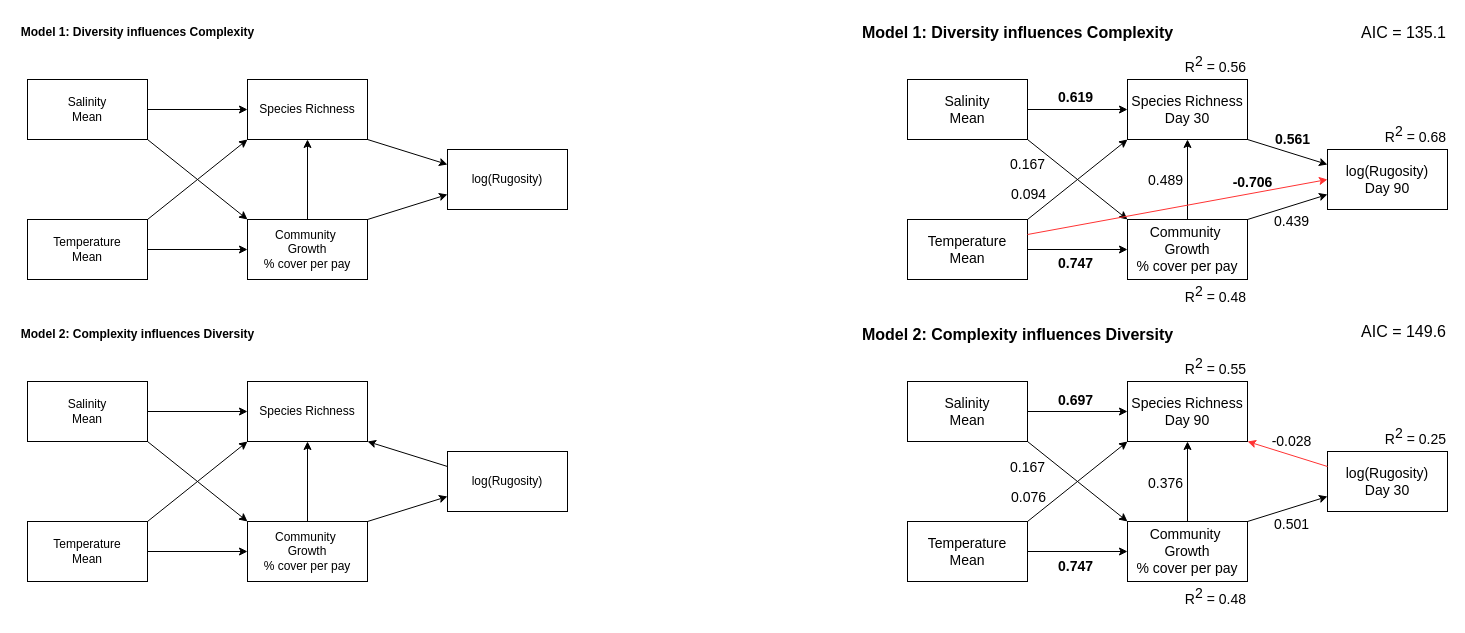
This is sem/Panels SEM.drawio from mawhal/panels-complexity, a draw.io file, before an edit. Source tidied: cells renumbered, new cells numbered last; positions are measured from the earlier drawing's top-left corner, leaving out a move shared by most shapes. Both pictures are drawn from the tidied source at 100%, with x=0, y=0 at pixel (17, 17).
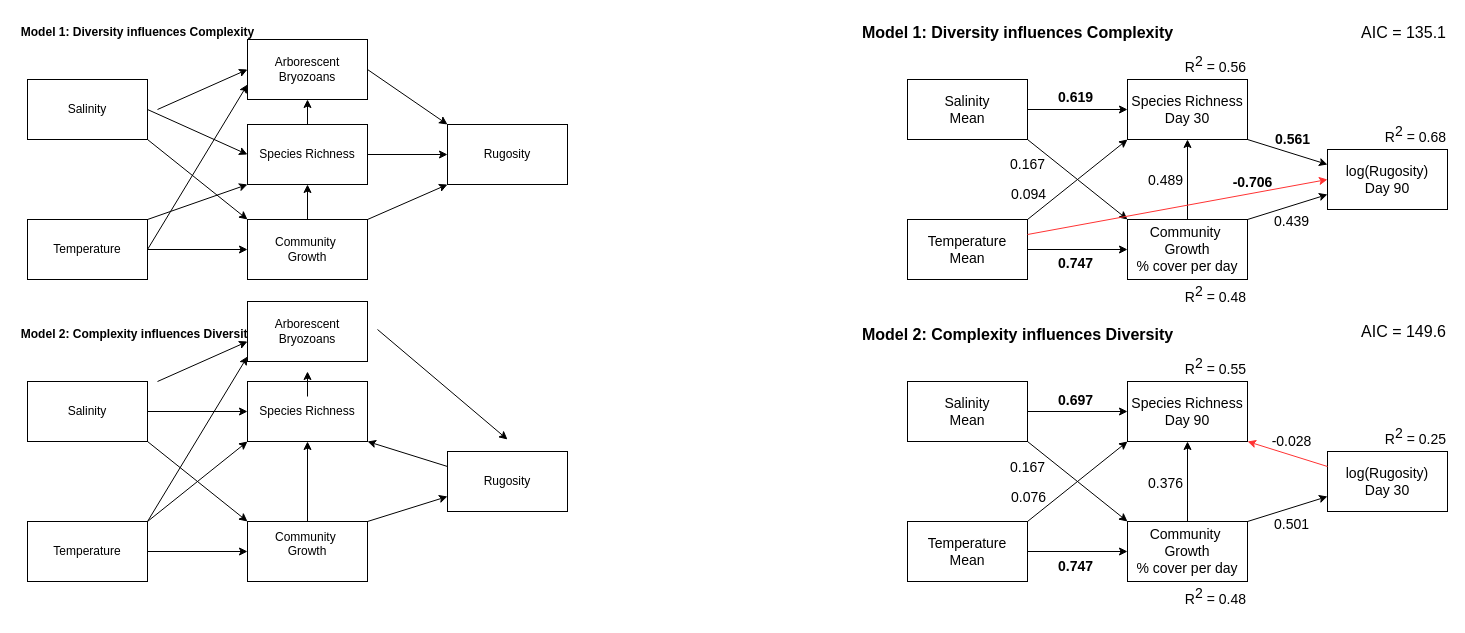
The same page after the edit.

Change to the diagram source:
```diff
@@
-    <mxCell id="2" value="Salinity&lt;div&gt;Mean&lt;/div&gt;" style="rounded=0;whiteSpace=wrap;html=1;" parent="1" vertex="1">
+    <mxCell id="2" value="Salinity" style="rounded=0;whiteSpace=wrap;html=1;" parent="1" vertex="1">
       <mxGeometry x="10" y="62" width="120" height="60" as="geometry" />
     </mxCell>
-    <mxCell id="3" value="Community&amp;nbsp;&lt;div&gt;Growth&lt;/div&gt;&lt;div&gt;% cover per pay&lt;/div&gt;" style="whiteSpace=wrap;html=1;rounded=0;" parent="1" vertex="1">
+    <mxCell id="3" value="Community&amp;nbsp;&lt;div&gt;Growth&lt;/div&gt;" style="whiteSpace=wrap;html=1;rounded=0;" parent="1" vertex="1">
       <mxGeometry x="230" y="202" width="120" height="60" as="geometry" />
     </mxCell>
     <mxCell id="4" value="Species Richness" style="whiteSpace=wrap;html=1;rounded=0;" parent="1" vertex="1">
-      <mxGeometry x="230" y="62" width="120" height="60" as="geometry" />
+      <mxGeometry x="230" y="107" width="120" height="60" as="geometry" />
     </mxCell>
@@
-    <mxCell id="6" value="Temperature&lt;div&gt;Mean&lt;/div&gt;" style="rounded=0;whiteSpace=wrap;html=1;" parent="1" vertex="1">
+    <mxCell id="6" value="Temperature" style="rounded=0;whiteSpace=wrap;html=1;" parent="1" vertex="1">
       <mxGeometry x="10" y="202" width="120" height="60" as="geometry" />
     </mxCell>
-    <mxCell id="7" value="log(Rugosity)" style="whiteSpace=wrap;html=1;rounded=0;" parent="1" vertex="1">
-      <mxGeometry x="430" y="132" width="120" height="60" as="geometry" />
+    <mxCell id="7" value="Rugosity" style="whiteSpace=wrap;html=1;rounded=0;" parent="1" vertex="1">
+      <mxGeometry x="430" y="107" width="120" height="60" as="geometry" />
     </mxCell>
-    <mxCell id="8" style="endArrow=classic;html=1;rounded=0;entryX=0;entryY=0.25;entryDx=0;entryDy=0;exitX=1;exitY=1;exitDx=0;exitDy=0;" parent="1" edge="1" source="4" target="7">
+    <mxCell id="8" style="endArrow=classic;html=1;rounded=0;entryX=0;entryY=0.5;entryDx=0;entryDy=0;exitX=1;exitY=0.5;exitDx=0;exitDy=0;" parent="1" edge="1" source="4" target="7">
       <mxGeometry relative="1" as="geometry" />
     </mxCell>
@@
-    <mxCell id="13" value="Salinity&lt;div&gt;Mean&lt;/div&gt;" style="rounded=0;whiteSpace=wrap;html=1;" parent="1" vertex="1">
+    <mxCell id="13" value="Salinity" style="rounded=0;whiteSpace=wrap;html=1;" parent="1" vertex="1">
       <mxGeometry x="10" y="364" width="120" height="60" as="geometry" />
     </mxCell>
-    <mxCell id="14" value="Community&amp;nbsp;&lt;div&gt;Growth&lt;/div&gt;&lt;div&gt;% cover per pay&lt;/div&gt;" style="whiteSpace=wrap;html=1;rounded=0;" parent="1" vertex="1">
+    <mxCell id="14" value="Community&amp;nbsp;&lt;div&gt;Growth&lt;/div&gt;&lt;div&gt;&lt;br&gt;&lt;/div&gt;" style="whiteSpace=wrap;html=1;rounded=0;" parent="1" vertex="1">
       <mxGeometry x="230" y="504" width="120" height="60" as="geometry" />
     </mxCell>
@@
-    <mxCell id="17" value="Temperature&lt;div&gt;Mean&lt;/div&gt;" style="rounded=0;whiteSpace=wrap;html=1;" parent="1" vertex="1">
+    <mxCell id="17" value="Temperature" style="rounded=0;whiteSpace=wrap;html=1;" parent="1" vertex="1">
       <mxGeometry x="10" y="504" width="120" height="60" as="geometry" />
     </mxCell>
-    <mxCell id="18" value="log(Rugosity)" style="whiteSpace=wrap;html=1;rounded=0;" parent="1" vertex="1">
+    <mxCell id="18" value="Rugosity" style="whiteSpace=wrap;html=1;rounded=0;" parent="1" vertex="1">
       <mxGeometry x="430" y="434" width="120" height="60" as="geometry" />
     </mxCell>
@@
-    <mxCell id="28" value="Community&amp;nbsp;&lt;div style=&quot;font-size: 14px;&quot;&gt;Growth&lt;/div&gt;&lt;div style=&quot;font-size: 14px;&quot;&gt;% cover per pay&lt;/div&gt;" style="whiteSpace=wrap;html=1;rounded=0;fontSize=14;" parent="1" vertex="1">
+    <mxCell id="28" value="Community&amp;nbsp;&lt;div style=&quot;font-size: 14px;&quot;&gt;Growth&lt;/div&gt;&lt;div style=&quot;font-size: 14px;&quot;&gt;% cover per day&lt;/div&gt;" style="whiteSpace=wrap;html=1;rounded=0;fontSize=14;" parent="1" vertex="1">
       <mxGeometry x="1110" y="202" width="120" height="60" as="geometry" />
     </mxCell>
@@
-    <mxCell id="39" value="Community&amp;nbsp;&lt;div style=&quot;font-size: 14px;&quot;&gt;Growth&lt;/div&gt;&lt;div style=&quot;font-size: 14px;&quot;&gt;% cover per pay&lt;/div&gt;" style="whiteSpace=wrap;html=1;rounded=0;fontSize=14;" parent="1" vertex="1">
+    <mxCell id="39" value="Community&amp;nbsp;&lt;div style=&quot;font-size: 14px;&quot;&gt;Growth&lt;/div&gt;&lt;div style=&quot;font-size: 14px;&quot;&gt;% cover per day&lt;/div&gt;" style="whiteSpace=wrap;html=1;rounded=0;fontSize=14;" parent="1" vertex="1">
       <mxGeometry x="1110" y="504" width="120" height="60" as="geometry" />
     </mxCell>
@@
-    <mxCell id="55" style="endArrow=classic;html=1;rounded=0;exitX=1;exitY=0;exitDx=0;exitDy=0;entryX=0;entryY=0.75;entryDx=0;entryDy=0;" parent="1" edge="1">
+    <mxCell id="55" style="endArrow=classic;html=1;rounded=0;exitX=1;exitY=0;exitDx=0;exitDy=0;entryX=0;entryY=1;entryDx=0;entryDy=0;" parent="1" edge="1" target="7">
       <mxGeometry relative="1" as="geometry">
         <mxPoint x="350" y="202" as="sourcePoint" />
-        <mxPoint x="430" y="177" as="targetPoint" />
       </mxGeometry>
     </mxCell>
@@
+    <mxCell id="78" value="Arborescent Bryozoans" style="rounded=0;whiteSpace=wrap;html=1;" parent="1" vertex="1">
+      <mxGeometry x="230" y="22" width="120" height="60" as="geometry" />
+    </mxCell>
+    <mxCell id="79" value="Arborescent Bryozoans" style="rounded=0;whiteSpace=wrap;html=1;" parent="1" vertex="1">
+      <mxGeometry x="230" y="284" width="120" height="60" as="geometry" />
+    </mxCell>
+    <mxCell id="80" style="endArrow=classic;html=1;rounded=0;entryX=0;entryY=0;entryDx=0;entryDy=0;exitX=1;exitY=0.5;exitDx=0;exitDy=0;" parent="1" edge="1" source="78" target="7">
+      <mxGeometry relative="1" as="geometry" />
+    </mxCell>
+    <mxCell id="81" style="endArrow=classic;html=1;rounded=0;exitX=0.5;exitY=0;exitDx=0;exitDy=0;entryX=0.5;entryY=1;entryDx=0;entryDy=0;" parent="1" edge="1" source="4" target="78">
+      <mxGeometry relative="1" as="geometry" />
+    </mxCell>
+    <mxCell id="82" style="endArrow=classic;html=1;rounded=0;entryX=0;entryY=0.5;entryDx=0;entryDy=0;" parent="1" edge="1" target="78">
+      <mxGeometry relative="1" as="geometry">
+        <mxPoint x="140" y="92" as="sourcePoint" />
+      </mxGeometry>
+    </mxCell>
+    <mxCell id="83" style="endArrow=classic;html=1;rounded=0;entryX=0;entryY=0.75;entryDx=0;entryDy=0;exitX=1;exitY=0.5;exitDx=0;exitDy=0;" parent="1" edge="1" source="6" target="78">
+      <mxGeometry relative="1" as="geometry" />
+    </mxCell>
+    <mxCell id="84" style="endArrow=classic;html=1;rounded=0;" parent="1" edge="1">
+      <mxGeometry relative="1" as="geometry">
+        <mxPoint x="360" y="312" as="sourcePoint" />
+        <mxPoint x="490" y="422" as="targetPoint" />
+      </mxGeometry>
+    </mxCell>
+    <mxCell id="85" style="endArrow=classic;html=1;rounded=0;exitX=0.5;exitY=0;exitDx=0;exitDy=0;entryX=0.5;entryY=1;entryDx=0;entryDy=0;" parent="1" edge="1">
+      <mxGeometry relative="1" as="geometry">
+        <mxPoint x="290" y="379" as="sourcePoint" />
+        <mxPoint x="290" y="354" as="targetPoint" />
+      </mxGeometry>
+    </mxCell>
+    <mxCell id="86" style="endArrow=classic;html=1;rounded=0;entryX=0;entryY=0.5;entryDx=0;entryDy=0;" parent="1" edge="1">
+      <mxGeometry relative="1" as="geometry">
+        <mxPoint x="140" y="364" as="sourcePoint" />
+        <mxPoint x="230" y="324" as="targetPoint" />
+      </mxGeometry>
+    </mxCell>
+    <mxCell id="87" style="endArrow=classic;html=1;rounded=0;entryX=0;entryY=0.75;entryDx=0;entryDy=0;exitX=1;exitY=0.5;exitDx=0;exitDy=0;" parent="1" edge="1">
+      <mxGeometry relative="1" as="geometry">
+        <mxPoint x="130" y="504" as="sourcePoint" />
+        <mxPoint x="230" y="339" as="targetPoint" />
+      </mxGeometry>
+    </mxCell>
```
